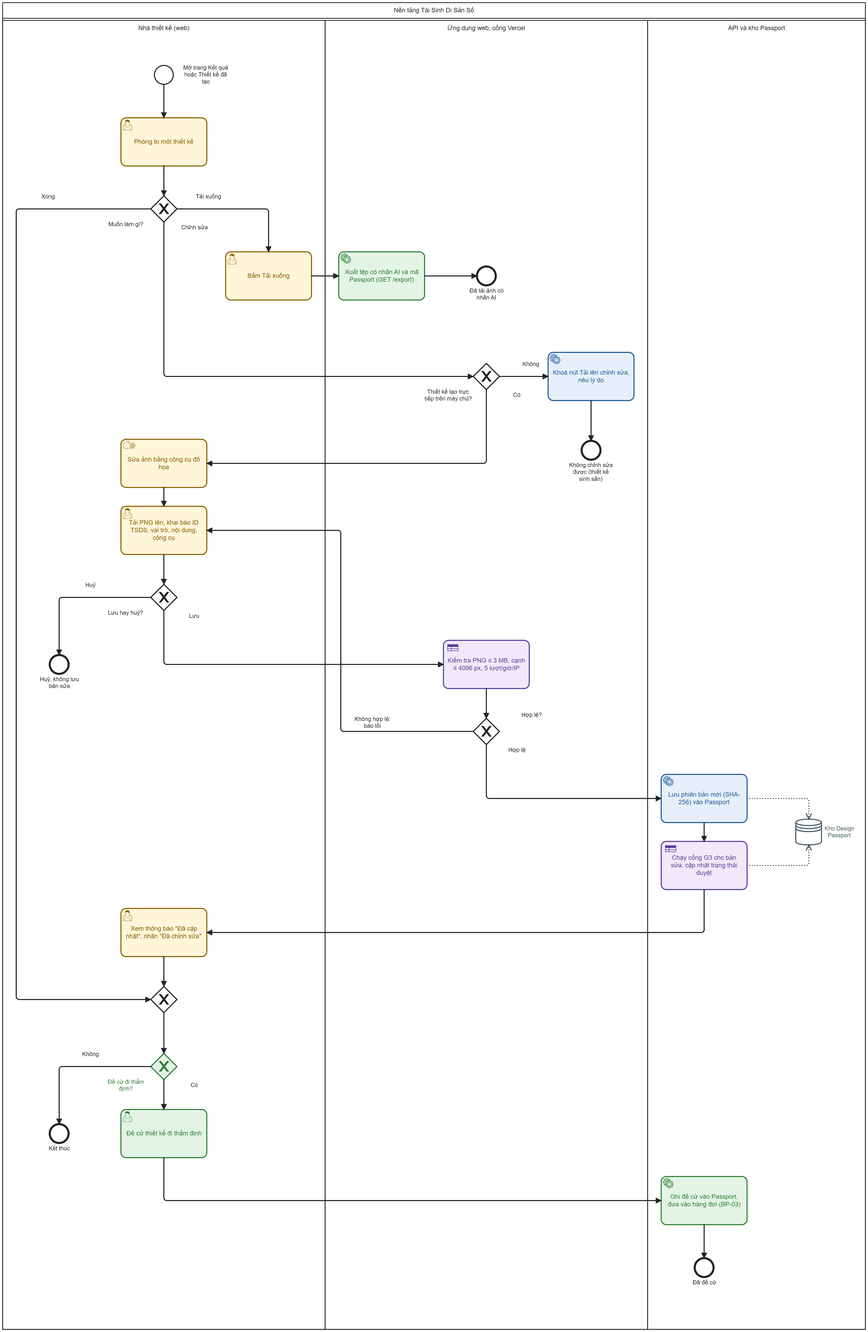
This is docs/business-analysis/diagrams/BP-02_xem-tai-chinh-sua_TO-BE.png from quoczai22/tai-sinh-di-san-so-ai, a BPMN export, as it was before one commit. Its source is kept beside it as docs/business-analysis/diagrams/BP-02_xem-tai-chinh-sua_TO-BE.bpmn. Ids are renumbered.
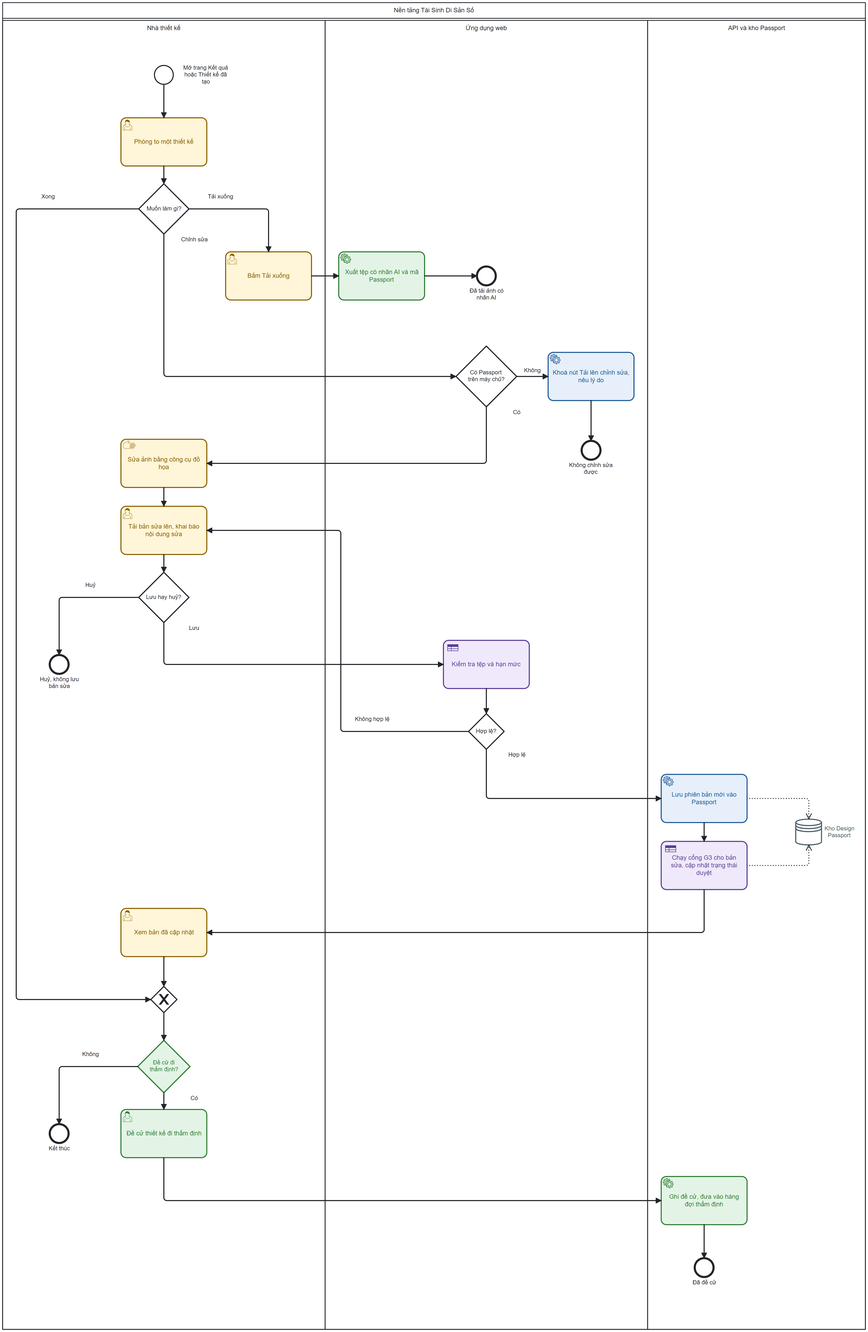
After the change.

Diff of the diagram source:
```diff
@@ -5,7 +5,7 @@
   </bpmn:collaboration>
   <bpmn:process id="Proc_P" name="Nền tảng Tái Sinh Di Sản Số" isExecutable="false">
     <bpmn:laneSet id="LaneSet_P">
-      <bpmn:lane id="L_USR" name="Nhà thiết kế (web)">
+      <bpmn:lane id="L_USR" name="Nhà thiết kế">
         <bpmn:flowNodeRef>S</bpmn:flowNodeRef>
         <bpmn:flowNodeRef>T1</bpmn:flowNodeRef>
         <bpmn:flowNodeRef>G1</bpmn:flowNodeRef>
@@ -20,7 +20,7 @@
         <bpmn:flowNodeRef>E_END</bpmn:flowNodeRef>
         <bpmn:flowNodeRef>T11</bpmn:flowNodeRef>
       </bpmn:lane>
-      <bpmn:lane id="L_GW" name="Ứng dụng web, cổng Vercel">
+      <bpmn:lane id="L_GW" name="Ứng dụng web">
         <bpmn:flowNodeRef>T3</bpmn:flowNodeRef>
         <bpmn:flowNodeRef>E_DL</bpmn:flowNodeRef>
         <bpmn:flowNodeRef>G2</bpmn:flowNodeRef>
@@ -53,14 +53,14 @@
       <bpmn:incoming>Flow_G1_T2</bpmn:incoming>
       <bpmn:outgoing>Flow_T2_T3</bpmn:outgoing>
     </bpmn:userTask>
-    <bpmn:serviceTask id="T3" name="Xuất tệp có nhãn AI và mã Passport (GET /export)">
+    <bpmn:serviceTask id="T3" name="Xuất tệp có nhãn AI và mã Passport">
       <bpmn:incoming>Flow_T2_T3</bpmn:incoming>
       <bpmn:outgoing>Flow_T3_E_DL</bpmn:outgoing>
     </bpmn:serviceTask>
     <bpmn:endEvent id="E_DL" name="Đã tải ảnh có nhãn AI">
       <bpmn:incoming>Flow_T3_E_DL</bpmn:incoming>
     </bpmn:endEvent>
-    <bpmn:exclusiveGateway id="G2" name="Thiết kế tạo trực tiếp trên máy chủ?">
+    <bpmn:exclusiveGateway id="G2" name="Có Passport&#10;trên máy chủ?">
       <bpmn:incoming>Flow_G1_G2</bpmn:incoming>
       <bpmn:outgoing>Flow_G2_T4</bpmn:outgoing>
       <bpmn:outgoing>Flow_G2_T5</bpmn:outgoing>
@@ -69,14 +69,14 @@
       <bpmn:incoming>Flow_G2_T4</bpmn:incoming>
       <bpmn:outgoing>Flow_T4_E_LOCK</bpmn:outgoing>
     </bpmn:serviceTask>
-    <bpmn:endEvent id="E_LOCK" name="Không chỉnh sửa được (thiết kế sinh sẵn)">
+    <bpmn:endEvent id="E_LOCK" name="Không chỉnh sửa được">
       <bpmn:incoming>Flow_T4_E_LOCK</bpmn:incoming>
     </bpmn:endEvent>
     <bpmn:manualTask id="T5" name="Sửa ảnh bằng công cụ đồ họa">
       <bpmn:incoming>Flow_G2_T5</bpmn:incoming>
       <bpmn:outgoing>Flow_T5_T6</bpmn:outgoing>
     </bpmn:manualTask>
-    <bpmn:userTask id="T6" name="Tải PNG lên, khai báo ID TSDS, vai trò, nội dung, công cụ">
+    <bpmn:userTask id="T6" name="Tải bản sửa lên, khai báo nội dung sửa">
       <bpmn:incoming>Flow_T5_T6</bpmn:incoming>
       <bpmn:incoming>Flow_G4_T6</bpmn:incoming>
       <bpmn:outgoing>Flow_T6_G3</bpmn:outgoing>
@@ -89,7 +89,7 @@
     <bpmn:endEvent id="E_CANCEL" name="Huỷ, không lưu bản sửa">
       <bpmn:incoming>Flow_G3_E_CANCEL</bpmn:incoming>
     </bpmn:endEvent>
-    <bpmn:businessRuleTask id="T7" name="Kiểm tra PNG ≤ 3 MB, cạnh ≤ 4096 px, 5 lượt/giờ/IP">
+    <bpmn:businessRuleTask id="T7" name="Kiểm tra tệp và hạn mức">
       <bpmn:incoming>Flow_G3_T7</bpmn:incoming>
       <bpmn:outgoing>Flow_T7_G4</bpmn:outgoing>
     </bpmn:businessRuleTask>
@@ -98,7 +98,7 @@
       <bpmn:outgoing>Flow_G4_T6</bpmn:outgoing>
       <bpmn:outgoing>Flow_G4_T8</bpmn:outgoing>
     </bpmn:exclusiveGateway>
-    <bpmn:serviceTask id="T8" name="Lưu phiên bản mới (SHA-256) vào Passport">
+    <bpmn:serviceTask id="T8" name="Lưu phiên bản mới vào Passport">
       <bpmn:incoming>Flow_G4_T8</bpmn:incoming>
       <bpmn:outgoing>Flow_T8_T9</bpmn:outgoing>
       <bpmn:dataOutputAssociation id="Data_T8_DS">
@@ -113,7 +113,7 @@
       </bpmn:dataOutputAssociation>
     </bpmn:businessRuleTask>
     <bpmn:dataStoreReference id="DS" name="Kho Design Passport" dataStoreRef="Store_DS" />
-    <bpmn:userTask id="T10" name="Xem thông báo &#34;Đã cập nhật&#34;, nhãn &#34;Đã chỉnh sửa&#34;">
+    <bpmn:userTask id="T10" name="Xem bản đã cập nhật">
       <bpmn:incoming>Flow_T9_T10</bpmn:incoming>
       <bpmn:outgoing>Flow_T10_M_END</bpmn:outgoing>
     </bpmn:userTask>
@@ -122,7 +122,7 @@
       <bpmn:incoming>Flow_T10_M_END</bpmn:incoming>
       <bpmn:outgoing>Flow_M_END_G5</bpmn:outgoing>
     </bpmn:exclusiveGateway>
-    <bpmn:exclusiveGateway id="G5" name="Đề cử đi thẩm định?">
+    <bpmn:exclusiveGateway id="G5" name="Đề cử đi&#10;thẩm định?">
       <bpmn:incoming>Flow_M_END_G5</bpmn:incoming>
       <bpmn:outgoing>Flow_G5_E_END</bpmn:outgoing>
       <bpmn:outgoing>Flow_G5_T11</bpmn:outgoing>
@@ -134,7 +134,7 @@
       <bpmn:incoming>Flow_G5_T11</bpmn:incoming>
       <bpmn:outgoing>Flow_T11_T12</bpmn:outgoing>
     </bpmn:userTask>
-    <bpmn:serviceTask id="T12" name="Ghi đề cử vào Passport, đưa vào hàng đợi (BP-03)">
+    <bpmn:serviceTask id="T12" name="Ghi đề cử, đưa vào hàng đợi thẩm định">
       <bpmn:incoming>Flow_T11_T12</bpmn:incoming>
       <bpmn:outgoing>Flow_T12_E_NOM</bpmn:outgoing>
     </bpmn:serviceTask>
@@ -170,7 +170,7 @@
       <bpmn:conditionExpression xsi:type="bpmn:tFormalExpression">người dùng xác nhận lưu</bpmn:conditionExpression>
     </bpmn:sequenceFlow>
     <bpmn:sequenceFlow id="Flow_T7_G4" name="" sourceRef="T7" targetRef="G4" />
-    <bpmn:sequenceFlow id="Flow_G4_T6" name="Không hợp lệ: báo lỗi" sourceRef="G4" targetRef="T6">
+    <bpmn:sequenceFlow id="Flow_G4_T6" name="Không hợp lệ" sourceRef="G4" targetRef="T6">
       <bpmn:conditionExpression xsi:type="bpmn:tFormalExpression">tệp hoặc trường sai, vượt hạn mức</bpmn:conditionExpression>
     </bpmn:sequenceFlow>
     <bpmn:sequenceFlow id="Flow_G4_T8" name="Hợp lệ" sourceRef="G4" targetRef="T8">
@@ -212,10 +212,10 @@
       <bpmndi:BPMNShape id="T1_di" bpmnElement="T1" color:background-color="#FFF4D6" color:border-color="#8A6100">
         <dc:Bounds x="246" y="240" width="164" height="92" />
       </bpmndi:BPMNShape>
-      <bpmndi:BPMNShape id="G1_di" bpmnElement="G1" isMarkerVisible="true">
-        <dc:Bounds x="303" y="389" width="50" height="50" />
+      <bpmndi:BPMNShape id="G1_di" bpmnElement="G1" isMarkerVisible="false">
+        <dc:Bounds x="280" y="366" width="96" height="96" />
         <bpmndi:BPMNLabel>
-          <dc:Bounds x="199" y="437" width="112" height="40" />
+          <dc:Bounds x="295" y="407" width="66" height="14" />
         </bpmndi:BPMNLabel>
       </bpmndi:BPMNShape>
       <bpmndi:BPMNShape id="T2_di" bpmnElement="T2" color:background-color="#FFF4D6" color:border-color="#8A6100">
@@ -230,10 +230,10 @@
           <dc:Bounds x="888" y="564" width="112" height="40" />
         </bpmndi:BPMNLabel>
       </bpmndi:BPMNShape>
-      <bpmndi:BPMNShape id="G2_di" bpmnElement="G2" isMarkerVisible="true">
-        <dc:Bounds x="919" y="709" width="50" height="50" />
+      <bpmndi:BPMNShape id="G2_di" bpmnElement="G2" isMarkerVisible="false">
+        <dc:Bounds x="886" y="676" width="116" height="116" />
         <bpmndi:BPMNLabel>
-          <dc:Bounds x="815" y="757" width="112" height="40" />
+          <dc:Bounds x="908" y="720" width="71" height="28" />
         </bpmndi:BPMNLabel>
       </bpmndi:BPMNShape>
       <bpmndi:BPMNShape id="T4_di" bpmnElement="T4" color:background-color="#E4EEF9" color:border-color="#1F5A99">
@@ -251,10 +251,10 @@
       <bpmndi:BPMNShape id="T6_di" bpmnElement="T6" color:background-color="#FFF4D6" color:border-color="#8A6100">
         <dc:Bounds x="246" y="982" width="164" height="92" />
       </bpmndi:BPMNShape>
-      <bpmndi:BPMNShape id="G3_di" bpmnElement="G3" isMarkerVisible="true">
-        <dc:Bounds x="303" y="1131" width="50" height="50" />
+      <bpmndi:BPMNShape id="G3_di" bpmnElement="G3" isMarkerVisible="false">
+        <dc:Bounds x="280" y="1108" width="96" height="96" />
         <bpmndi:BPMNLabel>
-          <dc:Bounds x="199" y="1179" width="112" height="40" />
+          <dc:Bounds x="295" y="1149" width="66" height="14" />
         </bpmndi:BPMNLabel>
       </bpmndi:BPMNShape>
       <bpmndi:BPMNShape id="E_CANCEL_di" bpmnElement="E_CANCEL">
@@ -266,10 +266,10 @@
       <bpmndi:BPMNShape id="T7_di" bpmnElement="T7" color:background-color="#EEE8FA" color:border-color="#5A3E99">
         <dc:Bounds x="862" y="1238" width="164" height="92" />
       </bpmndi:BPMNShape>
-      <bpmndi:BPMNShape id="G4_di" bpmnElement="G4" isMarkerVisible="true">
-        <dc:Bounds x="919" y="1387" width="50" height="50" />
+      <bpmndi:BPMNShape id="G4_di" bpmnElement="G4" isMarkerVisible="false">
+        <dc:Bounds x="910" y="1378" width="68" height="68" />
         <bpmndi:BPMNLabel>
-          <dc:Bounds x="975" y="1374" width="112" height="40" />
+          <dc:Bounds x="925" y="1405" width="38" height="14" />
         </bpmndi:BPMNLabel>
       </bpmndi:BPMNShape>
       <bpmndi:BPMNShape id="T8_di" bpmnElement="T8" color:background-color="#E4EEF9" color:border-color="#1F5A99">
@@ -290,10 +290,10 @@
       <bpmndi:BPMNShape id="M_END_di" bpmnElement="M_END" isMarkerVisible="true">
         <dc:Bounds x="303" y="1899" width="50" height="50" />
       </bpmndi:BPMNShape>
-      <bpmndi:BPMNShape id="G5_di" bpmnElement="G5" isMarkerVisible="true" color:background-color="#E1F3E4" color:border-color="#2E7D32">
-        <dc:Bounds x="303" y="2027" width="50" height="50" />
+      <bpmndi:BPMNShape id="G5_di" bpmnElement="G5" isMarkerVisible="false" color:background-color="#E1F3E4" color:border-color="#2E7D32">
+        <dc:Bounds x="278" y="2002" width="100" height="100" />
         <bpmndi:BPMNLabel>
-          <dc:Bounds x="199" y="2075" width="112" height="40" />
+          <dc:Bounds x="300" y="2038" width="55" height="28" />
         </bpmndi:BPMNLabel>
       </bpmndi:BPMNShape>
       <bpmndi:BPMNShape id="E_END_di" bpmnElement="E_END">
@@ -320,14 +320,14 @@
       </bpmndi:BPMNEdge>
       <bpmndi:BPMNEdge id="Flow_T1_G1_di" bpmnElement="Flow_T1_G1">
         <di:waypoint x="328" y="332" />
-        <di:waypoint x="328" y="389" />
+        <di:waypoint x="328" y="366" />
       </bpmndi:BPMNEdge>
       <bpmndi:BPMNEdge id="Flow_G1_T2_di" bpmnElement="Flow_G1_T2">
-        <di:waypoint x="353" y="414" />
+        <di:waypoint x="376" y="414" />
         <di:waypoint x="528" y="414" />
         <di:waypoint x="528" y="496" />
         <bpmndi:BPMNLabel>
-          <dc:Bounds x="361" y="384" width="104" height="28" />
+          <dc:Bounds x="384" y="384" width="104" height="28" />
         </bpmndi:BPMNLabel>
       </bpmndi:BPMNEdge>
       <bpmndi:BPMNEdge id="Flow_T2_T3_di" bpmnElement="Flow_T2_T3">
@@ -339,7 +339,7 @@
         <di:waypoint x="926" y="542" />
       </bpmndi:BPMNEdge>
       <bpmndi:BPMNEdge id="Flow_G1_M_END_di" bpmnElement="Flow_G1_M_END">
-        <di:waypoint x="303" y="414" />
+        <di:waypoint x="280" y="414" />
         <di:waypoint x="46" y="414" />
         <di:waypoint x="46" y="1924" />
         <di:waypoint x="303" y="1924" />
@@ -348,18 +348,18 @@
         </bpmndi:BPMNLabel>
       </bpmndi:BPMNEdge>
       <bpmndi:BPMNEdge id="Flow_G1_G2_di" bpmnElement="Flow_G1_G2">
-        <di:waypoint x="328" y="439" />
+        <di:waypoint x="328" y="462" />
         <di:waypoint x="328" y="734" />
-        <di:waypoint x="919" y="734" />
+        <di:waypoint x="886" y="734" />
         <bpmndi:BPMNLabel>
-          <dc:Bounds x="334" y="443" width="104" height="28" />
+          <dc:Bounds x="334" y="466" width="104" height="28" />
         </bpmndi:BPMNLabel>
       </bpmndi:BPMNEdge>
       <bpmndi:BPMNEdge id="Flow_G2_T4_di" bpmnElement="Flow_G2_T4">
-        <di:waypoint x="969" y="734" />
+        <di:waypoint x="1002" y="734" />
         <di:waypoint x="1062" y="734" />
         <bpmndi:BPMNLabel>
-          <dc:Bounds x="977" y="704" width="104" height="28" />
+          <dc:Bounds x="1016" y="716" width="32" height="14" />
         </bpmndi:BPMNLabel>
       </bpmndi:BPMNEdge>
       <bpmndi:BPMNEdge id="Flow_T4_E_LOCK_di" bpmnElement="Flow_T4_E_LOCK">
@@ -367,11 +367,11 @@
         <di:waypoint x="1144" y="857" />
       </bpmndi:BPMNEdge>
       <bpmndi:BPMNEdge id="Flow_G2_T5_di" bpmnElement="Flow_G2_T5">
-        <di:waypoint x="944" y="759" />
+        <di:waypoint x="944" y="792" />
         <di:waypoint x="944" y="900" />
         <di:waypoint x="410" y="900" />
         <bpmndi:BPMNLabel>
-          <dc:Bounds x="950" y="763" width="104" height="28" />
+          <dc:Bounds x="950" y="796" width="104" height="28" />
         </bpmndi:BPMNLabel>
       </bpmndi:BPMNEdge>
       <bpmndi:BPMNEdge id="Flow_T5_T6_di" bpmnElement="Flow_T5_T6">
@@ -380,10 +380,10 @@
       </bpmndi:BPMNEdge>
       <bpmndi:BPMNEdge id="Flow_T6_G3_di" bpmnElement="Flow_T6_G3">
         <di:waypoint x="328" y="1074" />
-        <di:waypoint x="328" y="1131" />
+        <di:waypoint x="328" y="1108" />
       </bpmndi:BPMNEdge>
       <bpmndi:BPMNEdge id="Flow_G3_E_CANCEL_di" bpmnElement="Flow_G3_E_CANCEL">
-        <di:waypoint x="303" y="1156" />
+        <di:waypoint x="280" y="1156" />
         <di:waypoint x="128" y="1156" />
         <di:waypoint x="128" y="1266" />
         <bpmndi:BPMNLabel>
@@ -391,19 +391,19 @@
         </bpmndi:BPMNLabel>
       </bpmndi:BPMNEdge>
       <bpmndi:BPMNEdge id="Flow_G3_T7_di" bpmnElement="Flow_G3_T7">
-        <di:waypoint x="328" y="1181" />
+        <di:waypoint x="328" y="1204" />
         <di:waypoint x="328" y="1284" />
         <di:waypoint x="862" y="1284" />
         <bpmndi:BPMNLabel>
-          <dc:Bounds x="334" y="1185" width="104" height="28" />
+          <dc:Bounds x="334" y="1208" width="104" height="28" />
         </bpmndi:BPMNLabel>
       </bpmndi:BPMNEdge>
       <bpmndi:BPMNEdge id="Flow_T7_G4_di" bpmnElement="Flow_T7_G4">
         <di:waypoint x="944" y="1330" />
-        <di:waypoint x="944" y="1387" />
+        <di:waypoint x="944" y="1378" />
       </bpmndi:BPMNEdge>
       <bpmndi:BPMNEdge id="Flow_G4_T6_di" bpmnElement="Flow_G4_T6">
-        <di:waypoint x="919" y="1412" />
+        <di:waypoint x="910" y="1412" />
         <di:waypoint x="666" y="1412" />
         <di:waypoint x="666" y="1028" />
         <di:waypoint x="410" y="1028" />
@@ -412,11 +412,11 @@
         </bpmndi:BPMNLabel>
       </bpmndi:BPMNEdge>
       <bpmndi:BPMNEdge id="Flow_G4_T8_di" bpmnElement="Flow_G4_T8">
-        <di:waypoint x="944" y="1437" />
+        <di:waypoint x="944" y="1446" />
         <di:waypoint x="944" y="1540" />
         <di:waypoint x="1278" y="1540" />
         <bpmndi:BPMNLabel>
-          <dc:Bounds x="950" y="1441" width="104" height="28" />
+          <dc:Bounds x="950" y="1450" width="104" height="28" />
         </bpmndi:BPMNLabel>
       </bpmndi:BPMNEdge>
       <bpmndi:BPMNEdge id="Flow_T8_T9_di" bpmnElement="Flow_T8_T9">
@@ -434,10 +434,10 @@
       </bpmndi:BPMNEdge>
       <bpmndi:BPMNEdge id="Flow_M_END_G5_di" bpmnElement="Flow_M_END_G5">
         <di:waypoint x="328" y="1949" />
-        <di:waypoint x="328" y="2027" />
+        <di:waypoint x="328" y="2002" />
       </bpmndi:BPMNEdge>
       <bpmndi:BPMNEdge id="Flow_G5_E_END_di" bpmnElement="Flow_G5_E_END">
-        <di:waypoint x="303" y="2052" />
+        <di:waypoint x="278" y="2052" />
         <di:waypoint x="128" y="2052" />
         <di:waypoint x="128" y="2162" />
         <bpmndi:BPMNLabel>
@@ -445,10 +445,10 @@
         </bpmndi:BPMNLabel>
       </bpmndi:BPMNEdge>
       <bpmndi:BPMNEdge id="Flow_G5_T11_di" bpmnElement="Flow_G5_T11">
-        <di:waypoint x="328" y="2077" />
+        <di:waypoint x="328" y="2102" />
         <di:waypoint x="328" y="2134" />
         <bpmndi:BPMNLabel>
-          <dc:Bounds x="334" y="2081" width="104" height="28" />
+          <dc:Bounds x="334" y="2106" width="104" height="28" />
         </bpmndi:BPMNLabel>
       </bpmndi:BPMNEdge>
       <bpmndi:BPMNEdge id="Flow_T11_T12_di" bpmnElement="Flow_T11_T12">
```
